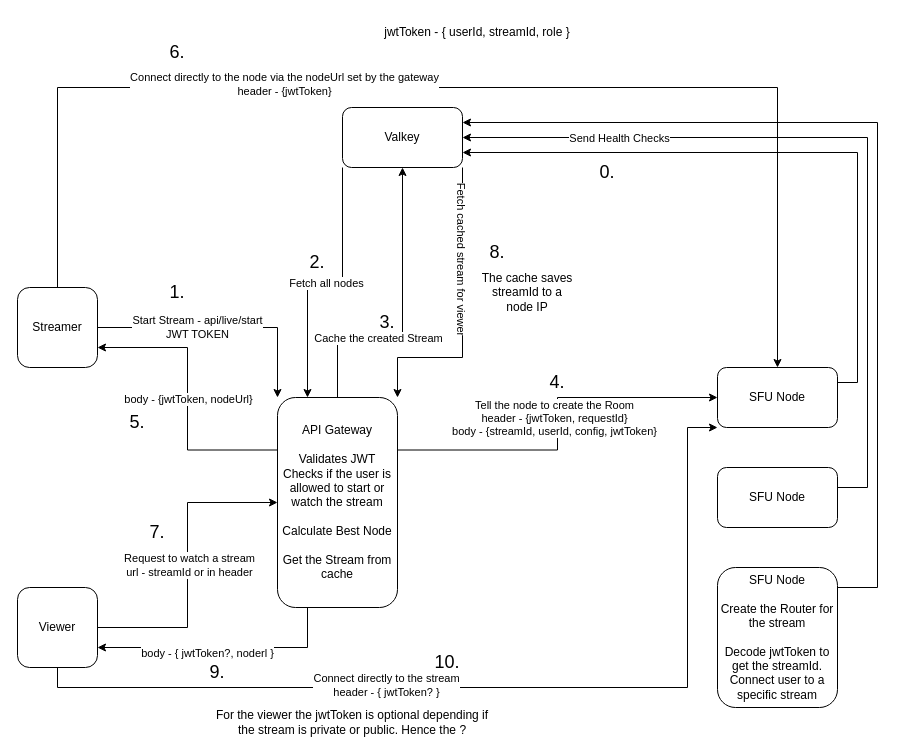
Before: SFU_Flow.drawio in ReelzOrg/Reelz_API_gateway, a draw.io diagram. Source tidied: cells renumbered, new cells numbered last; positions are measured from the earlier drawing's top-left corner, leaving out a move shared by most shapes. Both pictures are drawn from the tidied source at 100%, with x=0, y=0 at pixel (17, 17).
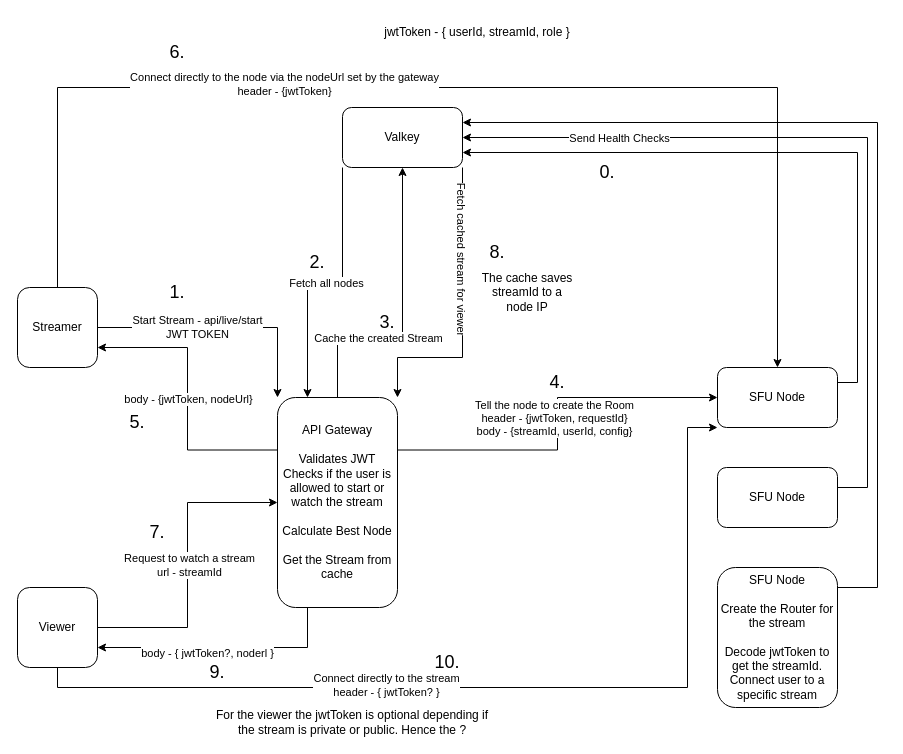
After the change.

Commit message (it also covers changes not shown here):
initial logic for starting a live stream

The change refers to these unchanged cells:
```xml
<mxCell id="7" style="edgeStyle=orthogonalEdgeStyle;rounded=0;jettySize=auto;html=1;exitX=1;exitY=0.25;exitDx=0;exitDy=0;entryX=0;entryY=0.5;entryDx=0;entryDy=0;" parent="1" edge="1" source="15" target="22">
  <mxGeometry relative="1" as="geometry" />
</mxCell>
<mxCell id="28" style="edgeStyle=orthogonalEdgeStyle;rounded=0;jettySize=auto;html=1;exitX=1;exitY=0.5;exitDx=0;exitDy=0;entryX=0;entryY=0.5;entryDx=0;entryDy=0;" parent="1" edge="1" source="32" target="15">
  <mxGeometry relative="1" as="geometry" />
</mxCell>
```

The edit, as a diff of the source:
```diff
@@
-    <mxCell id="8" value="Tell the node to create the Room&lt;div&gt;header - {jwtToken, requestId}&lt;/div&gt;&lt;div&gt;body - {streamId, userId, config, jwtToken}&lt;/div&gt;" style="edgeLabel;html=1;align=center;verticalAlign=middle;" parent="7" vertex="1">
+    <mxCell id="8" value="Tell the node to create the Room&lt;div&gt;header - {jwtToken, requestId}&lt;/div&gt;&lt;div&gt;body - {streamId, userId, config}&lt;/div&gt;" style="edgeLabel;html=1;align=center;verticalAlign=middle;" parent="7" vertex="1">
       <mxGeometry x="0.03" y="4" relative="1" as="geometry" />
     </mxCell>
@@
-    <mxCell id="29" value="Request to watch a stream&lt;div&gt;url - streamId or in header&lt;/div&gt;" style="edgeLabel;html=1;align=center;verticalAlign=middle;" parent="28" vertex="1">
+    <mxCell id="29" value="Request to watch a stream&lt;div&gt;url - streamId&lt;/div&gt;" style="edgeLabel;html=1;align=center;verticalAlign=middle;" parent="28" vertex="1">
       <mxGeometry y="-1" relative="1" as="geometry" />
     </mxCell>
```
